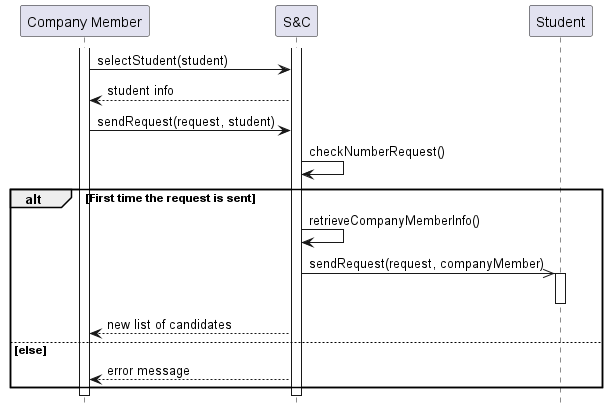
Earlier version of the PlantUML export RASD/Specific_requirements/uml_diagrams/UC17_diagram.png (matti8702/R_and_DD_project_SE2).
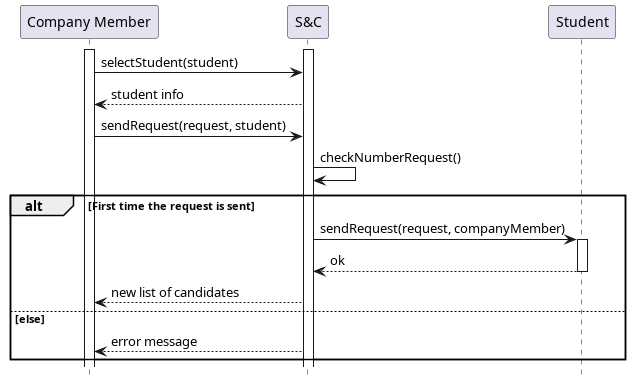
After the commit.

Diff of the diagram source:
```diff
@@ -12,9 +12,9 @@
 CM -> S: sendRequest(request, student)
 S -> S:  checkNumberRequest()
 alt First time the request is sent
-    S -> S: retrieveCompanyMemberInfo()
-    S ->> ST : sendRequest(request, companyMember)
+    S -> ST : sendRequest(request, companyMember)
     activate ST
+    ST --> S : ok
     deactivate ST
     S --> CM : new list of candidates
 else else
```
